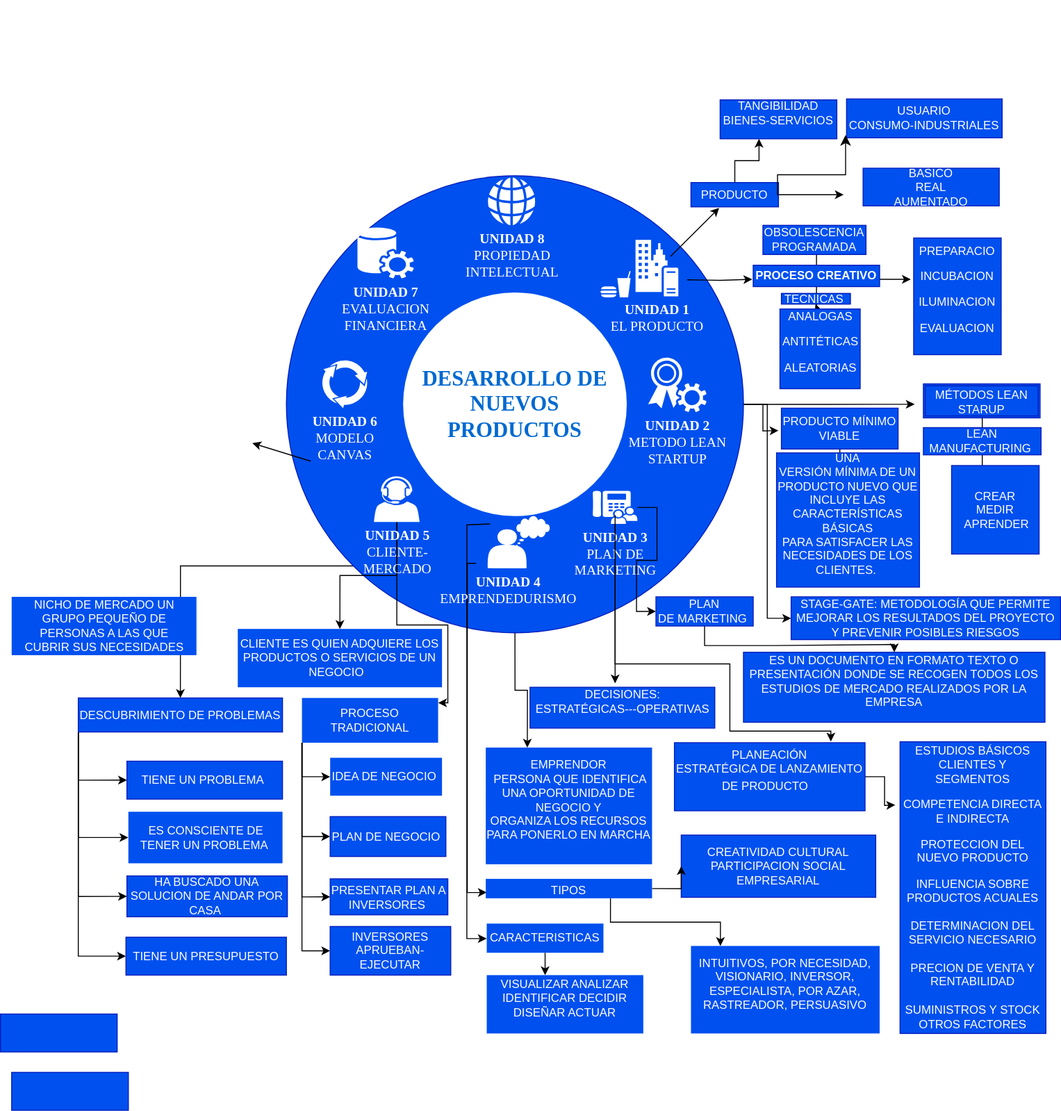
fapablo/sistemaescolar keeps this draw.io diagram as user/Diagrama sin título.drawio.svg. Above is the earlier version. Source tidied: cells renumbered, new cells last; positions are measured from the earlier drawing's top-left corner, leaving out a move shared by most shapes.
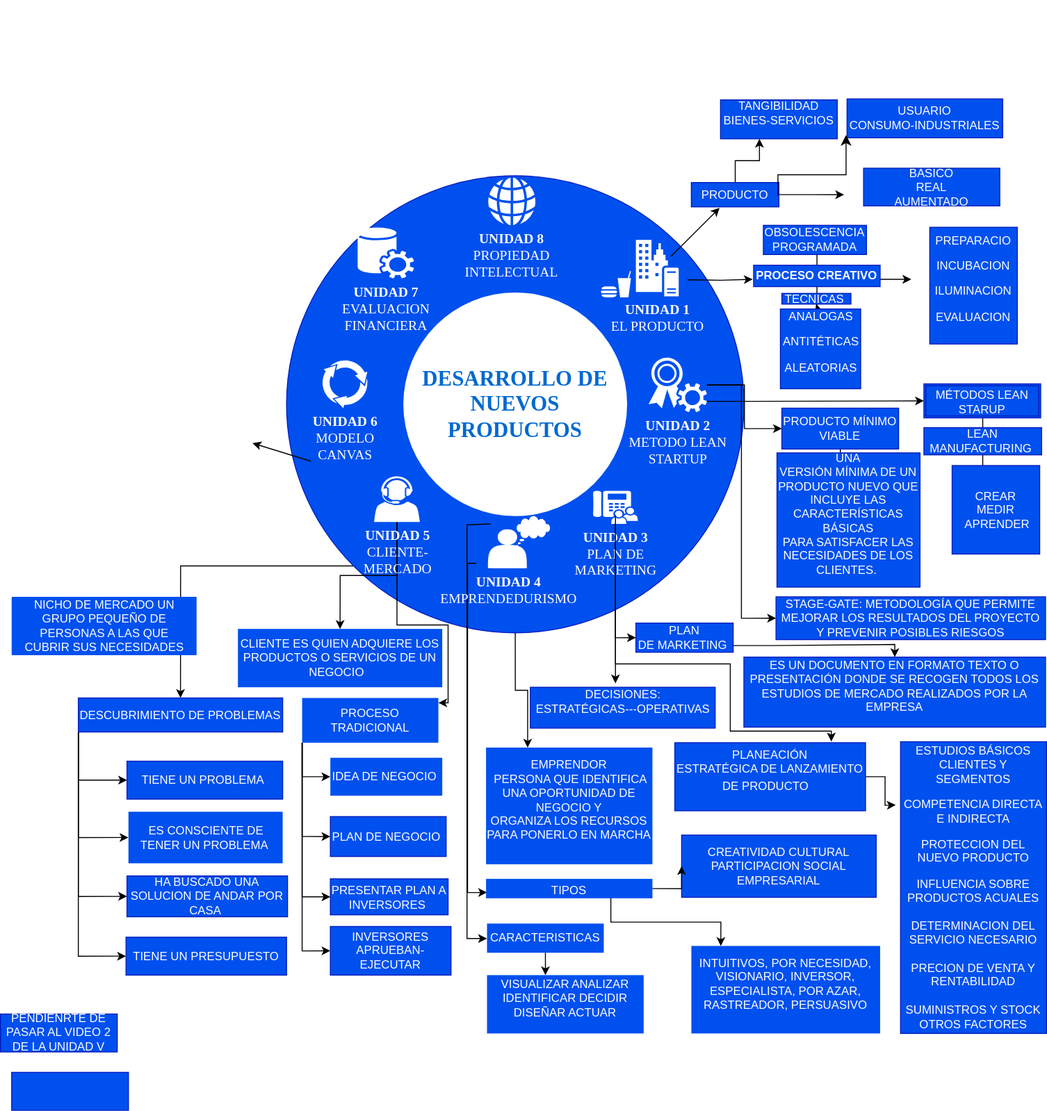
The same diagram one commit later.

What changed in the source:
```diff
@@ -2,19 +2,6 @@
   <root>
     <mxCell id="0" />
     <mxCell id="1" parent="0" />
-    <mxCell id="2" style="edgeStyle=orthogonalEdgeStyle;rounded=0;jettySize=auto;html=1;" parent="1" edge="1" source="7" target="49">
-      <mxGeometry relative="1" as="geometry" />
-    </mxCell>
-    <mxCell id="3" style="edgeStyle=orthogonalEdgeStyle;rounded=0;jettySize=auto;html=1;" parent="1" edge="1" source="7">
-      <mxGeometry relative="1" as="geometry">
-        <mxPoint x="940" y="415" as="targetPoint" />
-      </mxGeometry>
-    </mxCell>
-    <mxCell id="4" style="edgeStyle=orthogonalEdgeStyle;rounded=0;jettySize=auto;html=1;" parent="1" edge="1" source="7">
-      <mxGeometry relative="1" as="geometry">
-        <mxPoint x="800" y="442" as="targetPoint" />
-      </mxGeometry>
-    </mxCell>
     <mxCell id="5" style="edgeStyle=orthogonalEdgeStyle;rounded=0;jettySize=auto;html=1;entryX=0.25;entryY=0;entryDx=0;entryDy=0;" parent="1" edge="1" source="7" target="68">
       <mxGeometry relative="1" as="geometry" />
     </mxCell>
@@ -63,6 +50,20 @@
     <mxCell id="17" value="&lt;b&gt;UNIDAD 1&lt;br&gt;&lt;/b&gt;EL PRODUCTO" style="shadow=0;dashed=0;html=1;strokeColor=none;fillColor=#ffffff;labelPosition=center;verticalLabelPosition=bottom;verticalAlign=top;shape=mxgraph.office.servers.on_premises_server;rounded=0;comic=0;fontFamily=Verdana;fontSize=14;fontColor=#FFFFFF;" parent="1" vertex="1">
       <mxGeometry x="653" y="246" width="44" height="58" as="geometry" />
     </mxCell>
+    <mxCell id="95" style="edgeStyle=orthogonalEdgeStyle;rounded=0;jettySize=auto;html=1;entryX=0;entryY=0.5;entryDx=0;entryDy=0;" parent="1" edge="1" source="18" target="45">
+      <mxGeometry relative="1" as="geometry">
+        <Array as="points">
+          <mxPoint x="770" y="412" />
+          <mxPoint x="770" y="412" />
+        </Array>
+      </mxGeometry>
+    </mxCell>
+    <mxCell id="96" style="edgeStyle=orthogonalEdgeStyle;rounded=0;jettySize=auto;html=1;entryX=0;entryY=0.5;entryDx=0;entryDy=0;" parent="1" edge="1" source="18" target="42">
+      <mxGeometry relative="1" as="geometry" />
+    </mxCell>
+    <mxCell id="97" style="edgeStyle=orthogonalEdgeStyle;rounded=0;jettySize=auto;html=1;entryX=0;entryY=0.5;entryDx=0;entryDy=0;" parent="1" edge="1" source="18" target="49">
+      <mxGeometry relative="1" as="geometry" />
+    </mxCell>
     <mxCell id="18" value="&lt;b&gt;UNIDAD 2&lt;br&gt;&lt;/b&gt;METODO LEAN&lt;br&gt;STARTUP" style="shadow=0;dashed=0;html=1;strokeColor=none;fillColor=#ffffff;labelPosition=center;verticalLabelPosition=bottom;verticalAlign=top;shape=mxgraph.office.security.token_service;rounded=0;comic=0;fontFamily=Verdana;fontSize=14;fontColor=#FFFFFF;" parent="1" vertex="1">
       <mxGeometry x="666" y="367" width="60" height="56" as="geometry" />
     </mxCell>
@@ -135,7 +136,7 @@
       </mxGeometry>
     </mxCell>
     <mxCell id="36" value="&lt;br&gt;&lt;br&gt;&lt;br&gt;&lt;p class=&quot;MsoNormal&quot;&gt;PREPARACIO&lt;/p&gt;&lt;span style=&quot;background-color: initial;&quot;&gt;INCUBACION&lt;/span&gt;&lt;br&gt;&lt;p class=&quot;MsoNormal&quot;&gt;ILUMINACION&lt;/p&gt;&lt;p class=&quot;MsoNormal&quot;&gt;&lt;span style=&quot;background-color: initial;&quot;&gt;EVALUACION&lt;/span&gt;&lt;/p&gt;&lt;br&gt;&lt;br&gt;&lt;br&gt;&lt;br&gt;" style="rounded=0;whiteSpace=wrap;html=1;fillColor=#0050ef;fontColor=#ffffff;strokeColor=#001DBC;" parent="1" vertex="1">
-      <mxGeometry x="939" y="244" width="90" height="120" as="geometry" />
+      <mxGeometry x="955" y="233" width="90" height="120" as="geometry" />
     </mxCell>
     <mxCell id="37" style="edgeStyle=orthogonalEdgeStyle;rounded=0;jettySize=auto;html=1;" parent="1" edge="1" source="38" target="39">
       <mxGeometry relative="1" as="geometry" />
@@ -177,7 +178,7 @@
       <mxGeometry x="978" y="478" width="90" height="91" as="geometry" />
     </mxCell>
     <mxCell id="49" value="&lt;p class=&quot;MsoNormal&quot;&gt;STAGE-GATE:&amp;nbsp;&lt;span style=&quot;background-color: initial;&quot;&gt;METODOLOGÍA QUE PERMITE MEJORAR LOS RESULTADOS DEL PROYECTO Y PREVENIR POSIBLES RIESGOS&lt;/span&gt;&lt;/p&gt;&lt;p class=&quot;MsoNormal&quot;&gt;&lt;/p&gt;" style="rounded=0;whiteSpace=wrap;html=1;fillColor=#0050ef;fontColor=#ffffff;strokeColor=#001DBC;" parent="1" vertex="1">
-      <mxGeometry x="813" y="613" width="277" height="44" as="geometry" />
+      <mxGeometry x="797" y="613" width="277" height="44" as="geometry" />
     </mxCell>
     <mxCell id="50" style="rounded=0;orthogonalLoop=1;jettySize=auto;html=1;targetPerimeterSpacing=1;" parent="1" edge="1">
       <mxGeometry relative="1" as="geometry">
@@ -196,10 +197,10 @@
       </mxGeometry>
     </mxCell>
     <mxCell id="52" value="PLAN&lt;br/&gt;DE MARKETING&amp;nbsp;" style="rounded=0;whiteSpace=wrap;html=1;fillColor=#0050ef;fontColor=#ffffff;strokeColor=#001DBC;" parent="1" vertex="1">
-      <mxGeometry x="674" y="613" width="100" height="30" as="geometry" />
+      <mxGeometry x="653" y="640" width="100" height="30" as="geometry" />
     </mxCell>
     <mxCell id="53" value="ES UN DOCUMENTO EN FORMATO TEXTO O&lt;br&gt;PRESENTACIÓN DONDE SE RECOGEN TODOS LOS ESTUDIOS DE MERCADO REALIZADOS POR LA&lt;br&gt;EMPRESA&lt;p class=&quot;MsoNormal&quot;&gt;&lt;span style=&quot;font-size:12.0pt;line-height:107%;mso-bidi-font-family:&lt;br/&gt;Calibri;mso-bidi-theme-font:minor-latin&quot;&gt;&lt;/span&gt;&lt;/p&gt;" style="rounded=0;whiteSpace=wrap;html=1;fillColor=#0050ef;fontColor=#ffffff;strokeColor=#001DBC;" parent="1" vertex="1">
-      <mxGeometry x="764" y="670" width="310" height="72" as="geometry" />
+      <mxGeometry x="764" y="675" width="310" height="72" as="geometry" />
     </mxCell>
     <mxCell id="54" style="edgeStyle=orthogonalEdgeStyle;rounded=0;jettySize=auto;html=1;" parent="1" edge="1" source="55">
       <mxGeometry relative="1" as="geometry">
@@ -309,7 +310,7 @@
     <mxCell id="80" style="edgeStyle=orthogonalEdgeStyle;rounded=0;jettySize=auto;html=1;exitX=0.5;exitY=1;exitDx=0;exitDy=0;entryX=0.373;entryY=0;entryDx=0;entryDy=0;entryPerimeter=0;" parent="1" edge="1" source="78" target="77">
       <mxGeometry relative="1" as="geometry" />
     </mxCell>
-    <mxCell id="81" style="rounded=0;whiteSpace=wrap;html=1;strokeColor=#001DBC;fillColor=#0050ef;fontColor=#ffffff;" parent="1" vertex="1">
+    <mxCell id="81" value="PENDIENRTE DE PASAR AL VIDEO 2 DE LA UNIDAD V" style="rounded=0;whiteSpace=wrap;html=1;strokeColor=#001DBC;fillColor=#0050ef;fontColor=#ffffff;" parent="1" vertex="1">
       <mxGeometry y="1042" width="120" height="39" as="geometry" />
     </mxCell>
     <mxCell id="82" style="edgeStyle=orthogonalEdgeStyle;rounded=0;jettySize=auto;html=1;exitX=0;exitY=1;exitDx=0;exitDy=0;entryX=0;entryY=0.5;entryDx=0;entryDy=0;" parent="1" edge="1" source="86" target="92">
```
